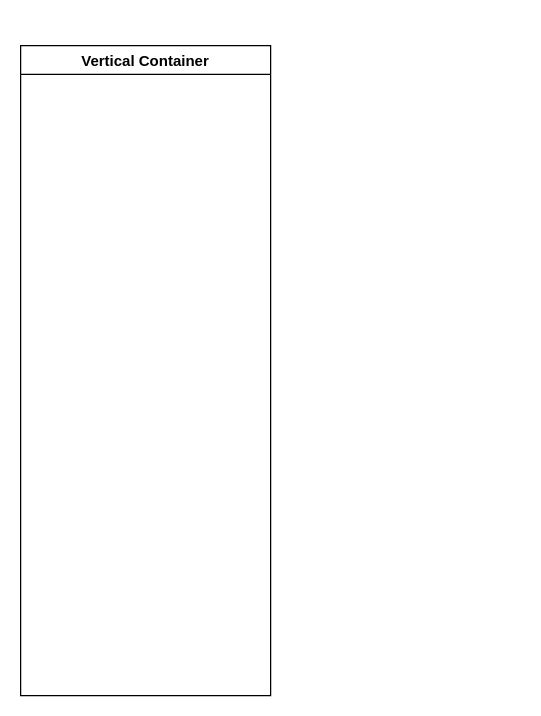
Earlier version of the draw.io diagram TMS Activity Diagram.drawio (re-rizaldywirawan/hello-world). Source tidied: cells renumbered, new cells numbered last; positions are measured from the earlier drawing's top-left corner, leaving out a move shared by most shapes. Both pictures are drawn from the tidied source at 125%, with x=0, y=0 at pixel (20, 45).
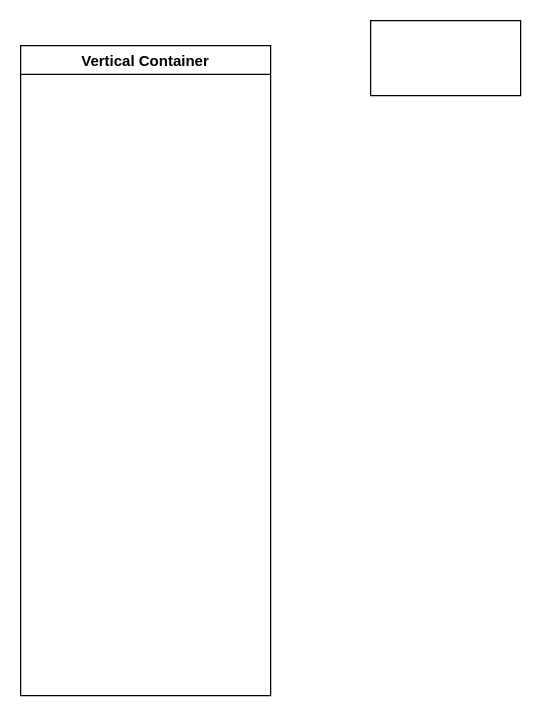
After the change.

Diff of the diagram source:
```diff
@@
 <mxGraphModel>
   <root>
     <mxCell id="0" />
     <mxCell id="1" parent="0" />
     <mxCell id="2" value="Vertical Container" style="swimlane;" parent="1" vertex="1">
       <mxGeometry width="200" height="520" as="geometry" />
     </mxCell>
+    <mxCell id="3" style="rounded=0;whiteSpace=wrap;html=1;" parent="1" vertex="1">
+      <mxGeometry x="280" y="-20" width="120" height="60" as="geometry" />
+    </mxCell>
   </root>
 </mxGraphModel>
```
